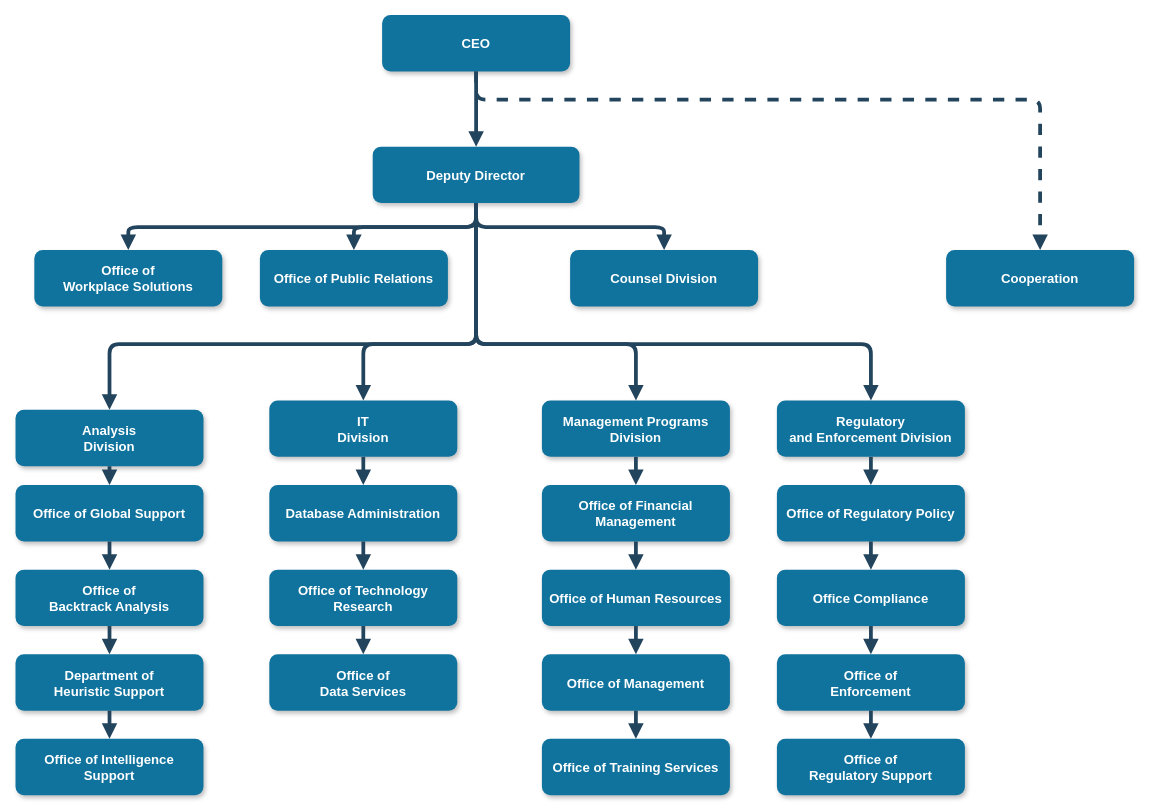
The draw.io diagram Untitled Diagram.drawio in minegishirei/draw_v1, before the edit. Source tidied: cells renumbered, new cells numbered last; positions are measured from the earlier drawing's top-left corner, leaving out a move shared by most shapes. Both pictures are drawn from the tidied source at 94%, with x=0, y=0 at pixel (15, 15).
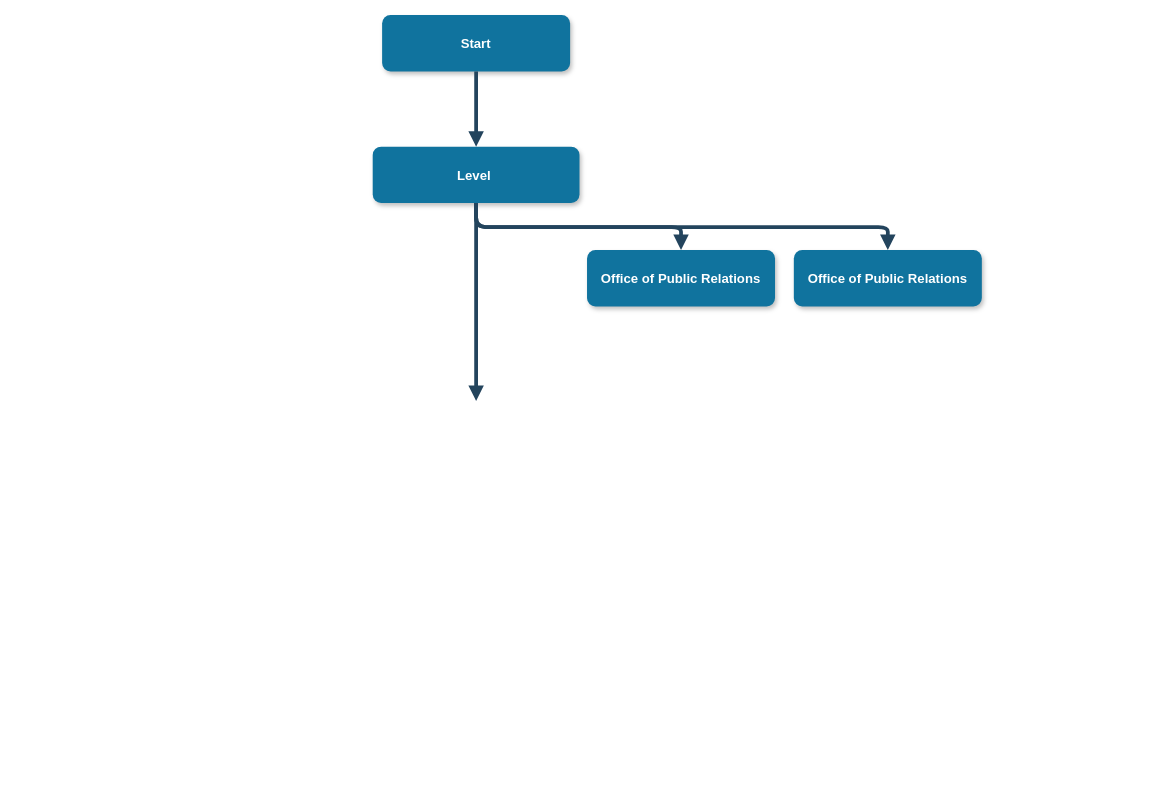
Above is the later version.

Diff of the diagram source:
```diff
@@
-    <mxCell id="2" value="CEO" style="rounded=1;fillColor=#10739E;strokeColor=none;shadow=1;gradientColor=none;fontStyle=1;fontColor=#FFFFFF;fontSize=14;" parent="1" vertex="1">
+    <mxCell id="2" value="Start" style="rounded=1;fillColor=#10739E;strokeColor=none;shadow=1;gradientColor=none;fontStyle=1;fontColor=#FFFFFF;fontSize=14;" parent="1" vertex="1">
       <mxGeometry x="390" y="-0.5" width="200" height="60" as="geometry" />
     </mxCell>
-    <mxCell id="3" value="Deputy Director" style="rounded=1;fillColor=#10739E;strokeColor=none;shadow=1;gradientColor=none;fontStyle=1;fontColor=#FFFFFF;fontSize=14;" parent="1" vertex="1">
+    <mxCell id="3" value="Level " style="rounded=1;fillColor=#10739E;strokeColor=none;shadow=1;gradientColor=none;fontStyle=1;fontColor=#FFFFFF;fontSize=14;" parent="1" vertex="1">
       <mxGeometry x="380" y="139.5" width="220" height="60" as="geometry" />
     </mxCell>
-    <mxCell id="4" value="Office of &#10;Workplace Solutions" style="rounded=1;fillColor=#10739E;strokeColor=none;shadow=1;gradientColor=none;fontStyle=1;fontColor=#FFFFFF;fontSize=14;" parent="1" vertex="1">
-      <mxGeometry x="20" y="249.5" width="200" height="60" as="geometry" />
-    </mxCell>
     <mxCell id="5" value="Office of Public Relations" style="rounded=1;fillColor=#10739E;strokeColor=none;shadow=1;gradientColor=none;fontStyle=1;fontColor=#FFFFFF;fontSize=14;" parent="1" vertex="1">
-      <mxGeometry x="260" y="249.5" width="200" height="60" as="geometry" />
+      <mxGeometry x="608" y="249.5" width="200" height="60" as="geometry" />
     </mxCell>
-    <mxCell id="6" value="Counsel Division" style="rounded=1;fillColor=#10739E;strokeColor=none;shadow=1;gradientColor=none;fontStyle=1;fontColor=#FFFFFF;fontSize=14;" parent="1" vertex="1">
-      <mxGeometry x="590" y="249.5" width="200" height="60" as="geometry" />
-    </mxCell>
-    <mxCell id="7" value="Cooperation" style="rounded=1;fillColor=#10739E;strokeColor=none;shadow=1;gradientColor=none;fontStyle=1;fontColor=#FFFFFF;fontSize=14;" parent="1" vertex="1">
-      <mxGeometry x="990" y="249.5" width="200" height="60" as="geometry" />
-    </mxCell>
-    <mxCell id="8" value="Analysis &#10;Division" style="rounded=1;fillColor=#10739E;strokeColor=none;shadow=1;gradientColor=none;fontStyle=1;fontColor=#FFFFFF;fontSize=14;" parent="1" vertex="1">
-      <mxGeometry y="419.5" width="200" height="60" as="geometry" />
-    </mxCell>
-    <mxCell id="9" value="Office of Global Support" style="rounded=1;fillColor=#10739E;strokeColor=none;shadow=1;gradientColor=none;fontStyle=1;fontColor=#FFFFFF;fontSize=14;" parent="1" vertex="1">
-      <mxGeometry y="499.5" width="200" height="60" as="geometry" />
-    </mxCell>
-    <mxCell id="10" value="Office of &#10;Backtrack Analysis" style="rounded=1;fillColor=#10739E;strokeColor=none;shadow=1;gradientColor=none;fontStyle=1;fontColor=#FFFFFF;fontSize=14;" parent="1" vertex="1">
-      <mxGeometry y="589.5" width="200" height="60" as="geometry" />
-    </mxCell>
-    <mxCell id="11" value="Department of &#10;Heuristic Support" style="rounded=1;fillColor=#10739E;strokeColor=none;shadow=1;gradientColor=none;fontStyle=1;fontColor=#FFFFFF;fontSize=14;" parent="1" vertex="1">
-      <mxGeometry y="679.5" width="200" height="60" as="geometry" />
-    </mxCell>
-    <mxCell id="12" value="Office of Intelligence &#10;Support" style="rounded=1;fillColor=#10739E;strokeColor=none;shadow=1;gradientColor=none;fontStyle=1;fontColor=#FFFFFF;fontSize=14;" parent="1" vertex="1">
-      <mxGeometry y="769.5" width="200" height="60" as="geometry" />
-    </mxCell>
-    <mxCell id="13" value="IT&#10;Division" style="rounded=1;fillColor=#10739E;strokeColor=none;shadow=1;gradientColor=none;fontStyle=1;fontColor=#FFFFFF;fontSize=14;" parent="1" vertex="1">
-      <mxGeometry x="270" y="409.5" width="200" height="60" as="geometry" />
-    </mxCell>
-    <mxCell id="14" value="Database Administration" style="rounded=1;fillColor=#10739E;strokeColor=none;shadow=1;gradientColor=none;fontStyle=1;fontColor=#FFFFFF;fontSize=14;" parent="1" vertex="1">
-      <mxGeometry x="270" y="499.5" width="200" height="60" as="geometry" />
-    </mxCell>
-    <mxCell id="15" value="Office of Technology &#10;Research" style="rounded=1;fillColor=#10739E;strokeColor=none;shadow=1;gradientColor=none;fontStyle=1;fontColor=#FFFFFF;fontSize=14;" parent="1" vertex="1">
-      <mxGeometry x="270" y="589.5" width="200" height="60" as="geometry" />
-    </mxCell>
-    <mxCell id="16" value="Office of&#10;Data Services" style="rounded=1;fillColor=#10739E;strokeColor=none;shadow=1;gradientColor=none;fontStyle=1;fontColor=#FFFFFF;fontSize=14;" parent="1" vertex="1">
-      <mxGeometry x="270" y="679.5" width="200" height="60" as="geometry" />
-    </mxCell>
-    <mxCell id="17" value="Management Programs &#10;Division" style="rounded=1;fillColor=#10739E;strokeColor=none;shadow=1;gradientColor=none;fontStyle=1;fontColor=#FFFFFF;fontSize=14;" parent="1" vertex="1">
-      <mxGeometry x="560" y="409.5" width="200" height="60" as="geometry" />
-    </mxCell>
-    <mxCell id="18" value="Office of Financial &#10;Management" style="rounded=1;fillColor=#10739E;strokeColor=none;shadow=1;gradientColor=none;fontStyle=1;fontColor=#FFFFFF;fontSize=14;" parent="1" vertex="1">
-      <mxGeometry x="560" y="499.5" width="200" height="60" as="geometry" />
-    </mxCell>
-    <mxCell id="19" value="Office of Human Resources" style="rounded=1;fillColor=#10739E;strokeColor=none;shadow=1;gradientColor=none;fontStyle=1;fontColor=#FFFFFF;fontSize=14;" parent="1" vertex="1">
-      <mxGeometry x="560" y="589.5" width="200" height="60" as="geometry" />
-    </mxCell>
-    <mxCell id="20" value="Office of Management " style="rounded=1;fillColor=#10739E;strokeColor=none;shadow=1;gradientColor=none;fontStyle=1;fontColor=#FFFFFF;fontSize=14;" parent="1" vertex="1">
-      <mxGeometry x="560" y="679.5" width="200" height="60" as="geometry" />
-    </mxCell>
-    <mxCell id="21" value="Office of Training Services" style="rounded=1;fillColor=#10739E;strokeColor=none;shadow=1;gradientColor=none;fontStyle=1;fontColor=#FFFFFF;fontSize=14;" parent="1" vertex="1">
-      <mxGeometry x="560" y="769.5" width="200" height="60" as="geometry" />
-    </mxCell>
-    <mxCell id="22" value="Regulatory &#10;and Enforcement Division" style="rounded=1;fillColor=#10739E;strokeColor=none;shadow=1;gradientColor=none;fontStyle=1;fontColor=#FFFFFF;fontSize=14;" parent="1" vertex="1">
-      <mxGeometry x="810" y="409.5" width="200" height="60" as="geometry" />
-    </mxCell>
-    <mxCell id="23" value="Office of Regulatory Policy" style="rounded=1;fillColor=#10739E;strokeColor=none;shadow=1;gradientColor=none;fontStyle=1;fontColor=#FFFFFF;fontSize=14;" parent="1" vertex="1">
-      <mxGeometry x="810" y="499.5" width="200" height="60" as="geometry" />
-    </mxCell>
-    <mxCell id="24" value="Office Compliance" style="rounded=1;fillColor=#10739E;strokeColor=none;shadow=1;gradientColor=none;fontStyle=1;fontColor=#FFFFFF;fontSize=14;" parent="1" vertex="1">
-      <mxGeometry x="810" y="589.5" width="200" height="60" as="geometry" />
-    </mxCell>
-    <mxCell id="25" value="Office of &#10;Enforcement" style="rounded=1;fillColor=#10739E;strokeColor=none;shadow=1;gradientColor=none;fontStyle=1;fontColor=#FFFFFF;fontSize=14;" parent="1" vertex="1">
-      <mxGeometry x="810" y="679.5" width="200" height="60" as="geometry" />
-    </mxCell>
-    <mxCell id="26" value="Office of&#10; Regulatory Support" style="rounded=1;fillColor=#10739E;strokeColor=none;shadow=1;gradientColor=none;fontStyle=1;fontColor=#FFFFFF;fontSize=14;" parent="1" vertex="1">
-      <mxGeometry x="810" y="769.5" width="200" height="60" as="geometry" />
-    </mxCell>
@@
-    <mxCell id="29" style="edgeStyle=elbowEdgeStyle;elbow=vertical;strokeWidth=4;endArrow=block;endFill=1;fontStyle=1;strokeColor=#23445D;" parent="1" edge="1" source="3" target="4">
-      <mxGeometry x="22" y="165.5" as="geometry" />
-    </mxCell>
-    <mxCell id="30" style="edgeStyle=elbowEdgeStyle;elbow=vertical;strokeWidth=4;endArrow=block;endFill=1;fontStyle=1;strokeColor=#23445D;" parent="1" edge="1" source="3" target="6">
-      <mxGeometry x="22" y="165.5" as="geometry" />
-    </mxCell>
-    <mxCell id="31" style="edgeStyle=elbowEdgeStyle;elbow=vertical;strokeWidth=4;endArrow=block;endFill=1;fontStyle=1;dashed=1;strokeColor=#23445D;" parent="1" edge="1" source="2" target="7">
-      <mxGeometry x="22" y="165.5" as="geometry">
-        <Array as="points">
-          <mxPoint x="780" y="89.5" />
-        </Array>
-      </mxGeometry>
-    </mxCell>
-    <mxCell id="32" style="edgeStyle=elbowEdgeStyle;elbow=vertical;strokeWidth=4;endArrow=block;endFill=1;fontStyle=1;strokeColor=#23445D;" parent="1" edge="1" source="3" target="8">
-      <mxGeometry x="22" y="165.5" as="geometry">
-        <Array as="points">
-          <mxPoint x="270" y="349.5" />
-        </Array>
-      </mxGeometry>
-    </mxCell>
-    <mxCell id="33" style="edgeStyle=elbowEdgeStyle;elbow=vertical;strokeWidth=4;endArrow=block;endFill=1;fontStyle=1;strokeColor=#23445D;" parent="1" edge="1" source="3" target="22">
-      <mxGeometry x="22" y="165.5" as="geometry">
-        <Array as="points">
-          <mxPoint x="690" y="349.5" />
-        </Array>
-      </mxGeometry>
-    </mxCell>
-    <mxCell id="34" style="edgeStyle=elbowEdgeStyle;elbow=vertical;strokeWidth=4;endArrow=block;endFill=1;fontStyle=1;strokeColor=#23445D;" parent="1" edge="1" source="8" target="9">
-      <mxGeometry x="62" y="165.5" as="geometry" />
-    </mxCell>
-    <mxCell id="35" style="edgeStyle=elbowEdgeStyle;elbow=vertical;strokeWidth=4;endArrow=block;endFill=1;fontStyle=1;strokeColor=#23445D;" parent="1" edge="1" source="9" target="10">
-      <mxGeometry x="62" y="175.5" as="geometry" />
-    </mxCell>
-    <mxCell id="36" style="edgeStyle=elbowEdgeStyle;elbow=vertical;strokeWidth=4;endArrow=block;endFill=1;fontStyle=1;strokeColor=#23445D;" parent="1" edge="1" source="10" target="11">
-      <mxGeometry x="62" y="185.5" as="geometry" />
-    </mxCell>
-    <mxCell id="37" style="edgeStyle=elbowEdgeStyle;elbow=vertical;strokeWidth=4;endArrow=block;endFill=1;fontStyle=1;strokeColor=#23445D;" parent="1" edge="1" source="11" target="12">
-      <mxGeometry x="62" y="195.5" as="geometry" />
-    </mxCell>
-    <mxCell id="38" style="edgeStyle=elbowEdgeStyle;elbow=vertical;strokeWidth=4;endArrow=block;endFill=1;fontStyle=1;strokeColor=#23445D;" parent="1" edge="1" source="13" target="14">
-      <mxGeometry x="62" y="165.5" as="geometry" />
-    </mxCell>
-    <mxCell id="39" style="edgeStyle=elbowEdgeStyle;elbow=vertical;strokeWidth=4;endArrow=block;endFill=1;fontStyle=1;strokeColor=#23445D;" parent="1" edge="1" source="14" target="15">
-      <mxGeometry x="62" y="175.5" as="geometry" />
-    </mxCell>
-    <mxCell id="40" style="edgeStyle=elbowEdgeStyle;elbow=vertical;strokeWidth=4;endArrow=block;endFill=1;fontStyle=1;strokeColor=#23445D;" parent="1" edge="1" source="15" target="16">
-      <mxGeometry x="62" y="185.5" as="geometry" />
-    </mxCell>
-    <mxCell id="41" style="edgeStyle=elbowEdgeStyle;elbow=vertical;strokeWidth=4;endArrow=block;endFill=1;fontStyle=1;strokeColor=#23445D;" parent="1" edge="1" source="17" target="18">
-      <mxGeometry x="72" y="165.5" as="geometry" />
-    </mxCell>
-    <mxCell id="42" style="edgeStyle=elbowEdgeStyle;elbow=vertical;strokeWidth=4;endArrow=block;endFill=1;fontStyle=1;strokeColor=#23445D;" parent="1" edge="1" source="18" target="19">
-      <mxGeometry x="72" y="175.5" as="geometry" />
-    </mxCell>
-    <mxCell id="43" style="edgeStyle=elbowEdgeStyle;elbow=vertical;strokeWidth=4;endArrow=block;endFill=1;fontStyle=1;strokeColor=#23445D;" parent="1" edge="1" source="19" target="20">
-      <mxGeometry x="72" y="185.5" as="geometry" />
-    </mxCell>
-    <mxCell id="44" style="edgeStyle=elbowEdgeStyle;elbow=vertical;strokeWidth=4;endArrow=block;endFill=1;fontStyle=1;strokeColor=#23445D;" parent="1" edge="1" source="20" target="21">
-      <mxGeometry x="72" y="195.5" as="geometry" />
-    </mxCell>
-    <mxCell id="45" style="edgeStyle=elbowEdgeStyle;elbow=vertical;strokeWidth=4;endArrow=block;endFill=1;fontStyle=1;strokeColor=#23445D;" parent="1" edge="1" source="22" target="23">
-      <mxGeometry x="72" y="165.5" as="geometry" />
-    </mxCell>
-    <mxCell id="46" style="edgeStyle=elbowEdgeStyle;elbow=vertical;strokeWidth=4;endArrow=block;endFill=1;fontStyle=1;strokeColor=#23445D;" parent="1" edge="1" source="23" target="24">
-      <mxGeometry x="72" y="175.5" as="geometry" />
-    </mxCell>
-    <mxCell id="47" style="edgeStyle=elbowEdgeStyle;elbow=vertical;strokeWidth=4;endArrow=block;endFill=1;fontStyle=1;strokeColor=#23445D;" parent="1" edge="1" source="24" target="25">
-      <mxGeometry x="72" y="185.5" as="geometry" />
-    </mxCell>
-    <mxCell id="48" style="edgeStyle=elbowEdgeStyle;elbow=vertical;strokeWidth=4;endArrow=block;endFill=1;fontStyle=1;strokeColor=#23445D;" parent="1" edge="1" source="25" target="26">
-      <mxGeometry x="72" y="195.5" as="geometry" />
-    </mxCell>
-    <mxCell id="49" style="edgeStyle=elbowEdgeStyle;elbow=vertical;strokeWidth=4;endArrow=block;endFill=1;fontStyle=1;strokeColor=#23445D;" parent="1" edge="1" source="3" target="13">
-      <mxGeometry x="22" y="165.5" as="geometry">
-        <Array as="points">
-          <mxPoint x="370" y="349.5" />
-        </Array>
-      </mxGeometry>
-    </mxCell>
-    <mxCell id="50" style="edgeStyle=elbowEdgeStyle;elbow=vertical;strokeWidth=4;endArrow=block;endFill=1;fontStyle=1;strokeColor=#23445D;" parent="1" edge="1" source="3" target="17">
+    <mxCell id="50" style="edgeStyle=elbowEdgeStyle;elbow=vertical;strokeWidth=4;endArrow=block;endFill=1;fontStyle=1;strokeColor=#23445D;" parent="1" edge="1" source="3">
       <mxGeometry x="22" y="165.5" as="geometry">
+        <mxPoint x="490" y="410" as="targetPoint" />
         <Array as="points">
+          <mxPoint x="490" y="364" />
           <mxPoint x="660" y="349.5" />
         </Array>
       </mxGeometry>
     </mxCell>
+    <mxCell id="51" value="Office of Public Relations" style="rounded=1;fillColor=#10739E;strokeColor=none;shadow=1;gradientColor=none;fontStyle=1;fontColor=#FFFFFF;fontSize=14;" parent="1" vertex="1">
+      <mxGeometry x="828" y="249.5" width="200" height="60" as="geometry" />
+    </mxCell>
+    <mxCell id="52" style="edgeStyle=elbowEdgeStyle;elbow=vertical;strokeWidth=4;endArrow=block;endFill=1;fontStyle=1;strokeColor=#23445D;entryX=0.5;entryY=0;entryDx=0;entryDy=0;exitX=0.5;exitY=1;exitDx=0;exitDy=0;" parent="1" edge="1" source="3" target="51">
+      <mxGeometry x="32" y="175.5" as="geometry" />
+    </mxCell>
```
